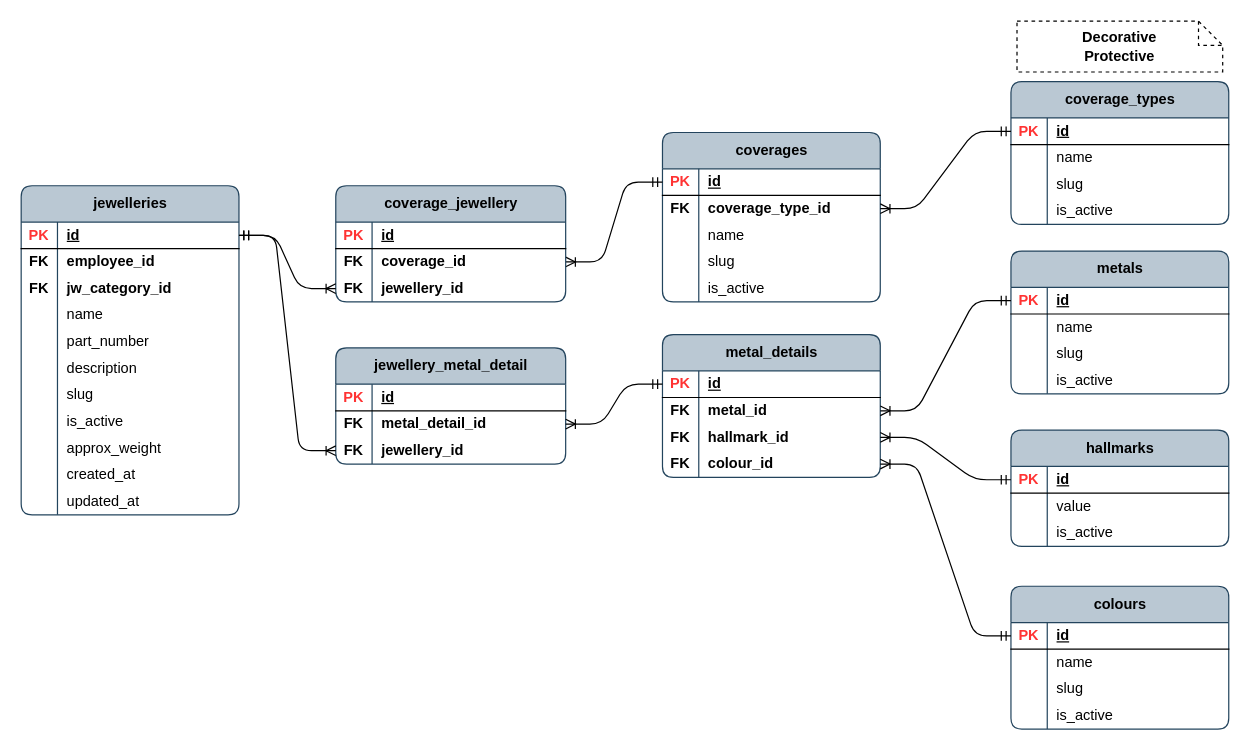
The draw.io diagram page "psql_metals" (3 of 14) of publisher/laravel-app/psql_jewellery_items.drawio in Local-development-environment/msg-brokers-publisher-consumer, before the edit. Source tidied: cells renumbered, new cells numbered last; positions are measured from the earlier drawing's top-left corner, leaving out a move shared by most shapes. Both pictures are drawn from the tidied source at 121%, with x=0, y=0 at pixel (21, 21).
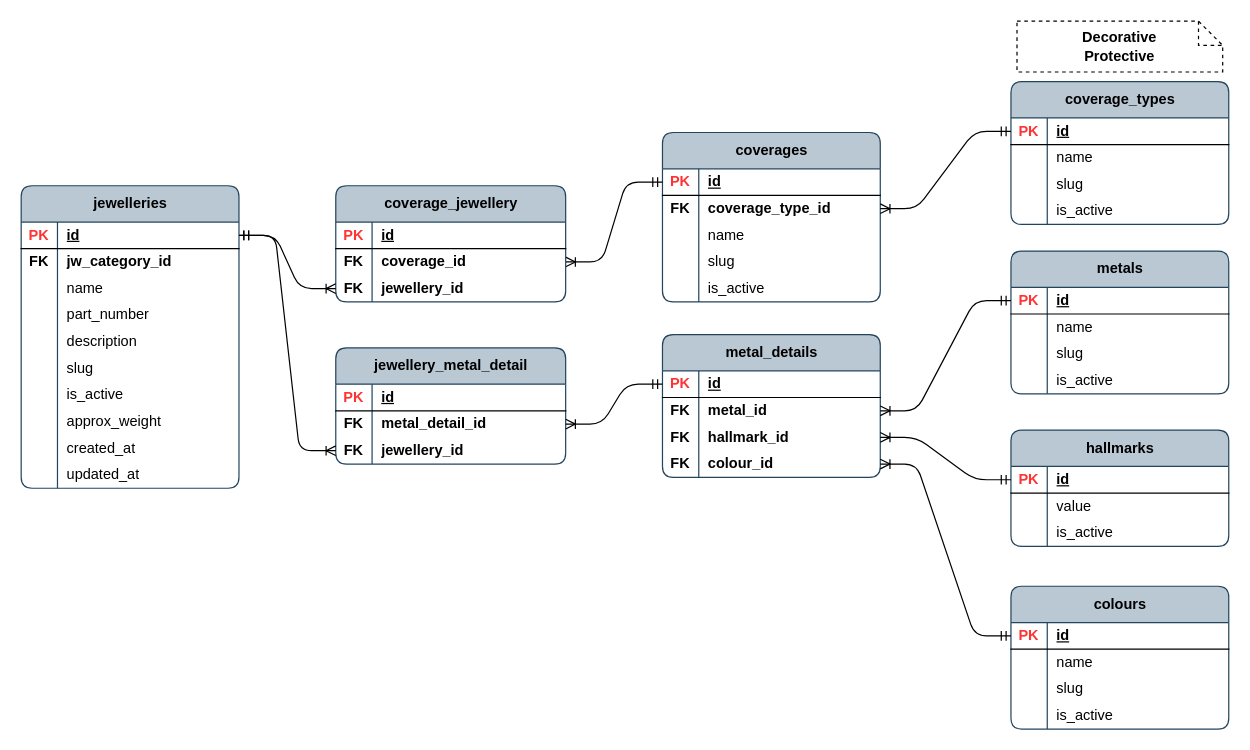
Above is the later version.

Change to the diagram source:
```diff
@@
     <mxCell id="30" value="jewelleries" style="shape=table;startSize=30;childLayout=tableLayout;rowLines=0;fontStyle=1;align=center;html=1;rounded=1;swimlaneFillColor=none;fillColor=#bac8d3;strokeColor=#23445d;columnLines=1;arcSize=10;" parent="1" vertex="1">
-      <mxGeometry y="136" width="180" height="272" as="geometry" />
+      <mxGeometry y="136" width="180" height="250" as="geometry" />
     </mxCell>
@@
-    <mxCell id="34" style="shape=tableRow;horizontal=0;startSize=0;swimlaneHead=0;swimlaneBody=0;fillColor=none;top=0;left=0;right=0;bottom=0;rounded=1;" parent="30" vertex="1">
-      <mxGeometry y="52" width="180" height="22" as="geometry" />
-    </mxCell>
-    <mxCell id="35" value="&lt;b&gt;FK&lt;/b&gt;" style="shape=partialRectangle;fillColor=none;top=0;left=0;bottom=0;right=0;overflow=hidden;whiteSpace=wrap;html=1;rounded=1;" parent="34" vertex="1">
-      <mxGeometry width="30" height="22" as="geometry" />
-    </mxCell>
-    <mxCell id="36" value="&lt;b&gt;employee_id&lt;/b&gt;" style="shape=partialRectangle;fillColor=none;top=0;left=0;bottom=0;right=0;align=left;spacingLeft=6;overflow=hidden;whiteSpace=wrap;html=1;rounded=1;" parent="34" vertex="1">
-      <mxGeometry x="30" width="150" height="22" as="geometry" />
-    </mxCell>
     <mxCell id="37" style="shape=tableRow;horizontal=0;startSize=0;swimlaneHead=0;swimlaneBody=0;fillColor=none;top=0;left=0;right=0;bottom=0;rounded=1;" parent="30" vertex="1">
-      <mxGeometry y="74" width="180" height="22" as="geometry" />
+      <mxGeometry y="52" width="180" height="22" as="geometry" />
     </mxCell>
@@
     <mxCell id="40" style="shape=tableRow;horizontal=0;startSize=0;swimlaneHead=0;swimlaneBody=0;fillColor=none;top=0;left=0;right=0;bottom=0;rounded=1;" parent="30" vertex="1">
-      <mxGeometry y="96" width="180" height="22" as="geometry" />
+      <mxGeometry y="74" width="180" height="22" as="geometry" />
     </mxCell>
@@
     <mxCell id="43" style="shape=tableRow;horizontal=0;startSize=0;swimlaneHead=0;swimlaneBody=0;fillColor=none;top=0;left=0;right=0;bottom=0;rounded=1;" parent="30" vertex="1">
-      <mxGeometry y="118" width="180" height="22" as="geometry" />
+      <mxGeometry y="96" width="180" height="22" as="geometry" />
     </mxCell>
@@
     <mxCell id="46" style="shape=tableRow;horizontal=0;startSize=0;swimlaneHead=0;swimlaneBody=0;fillColor=none;top=0;left=0;right=0;bottom=0;rounded=1;" parent="30" vertex="1">
-      <mxGeometry y="140" width="180" height="22" as="geometry" />
+      <mxGeometry y="118" width="180" height="22" as="geometry" />
     </mxCell>
@@
     <mxCell id="49" style="shape=tableRow;horizontal=0;startSize=0;swimlaneHead=0;swimlaneBody=0;fillColor=none;top=0;left=0;right=0;bottom=0;rounded=1;" parent="30" vertex="1">
-      <mxGeometry y="162" width="180" height="22" as="geometry" />
+      <mxGeometry y="140" width="180" height="22" as="geometry" />
     </mxCell>
@@
     <mxCell id="52" style="shape=tableRow;horizontal=0;startSize=0;swimlaneHead=0;swimlaneBody=0;fillColor=none;top=0;left=0;right=0;bottom=0;rounded=1;" parent="30" vertex="1">
-      <mxGeometry y="184" width="180" height="22" as="geometry" />
+      <mxGeometry y="162" width="180" height="22" as="geometry" />
     </mxCell>
@@
     <mxCell id="55" style="shape=tableRow;horizontal=0;startSize=0;swimlaneHead=0;swimlaneBody=0;fillColor=none;top=0;left=0;right=0;bottom=0;rounded=1;" parent="30" vertex="1">
-      <mxGeometry y="206" width="180" height="22" as="geometry" />
+      <mxGeometry y="184" width="180" height="22" as="geometry" />
     </mxCell>
@@
     <mxCell id="58" style="shape=tableRow;horizontal=0;startSize=0;swimlaneHead=0;swimlaneBody=0;fillColor=none;top=0;left=0;right=0;bottom=0;rounded=1;" parent="30" vertex="1">
-      <mxGeometry y="228" width="180" height="22" as="geometry" />
+      <mxGeometry y="206" width="180" height="22" as="geometry" />
     </mxCell>
@@
     <mxCell id="61" style="shape=tableRow;horizontal=0;startSize=0;swimlaneHead=0;swimlaneBody=0;fillColor=none;top=0;left=0;right=0;bottom=0;rounded=1;" parent="30" vertex="1">
-      <mxGeometry y="250" width="180" height="22" as="geometry" />
+      <mxGeometry y="228" width="180" height="22" as="geometry" />
     </mxCell>
```
